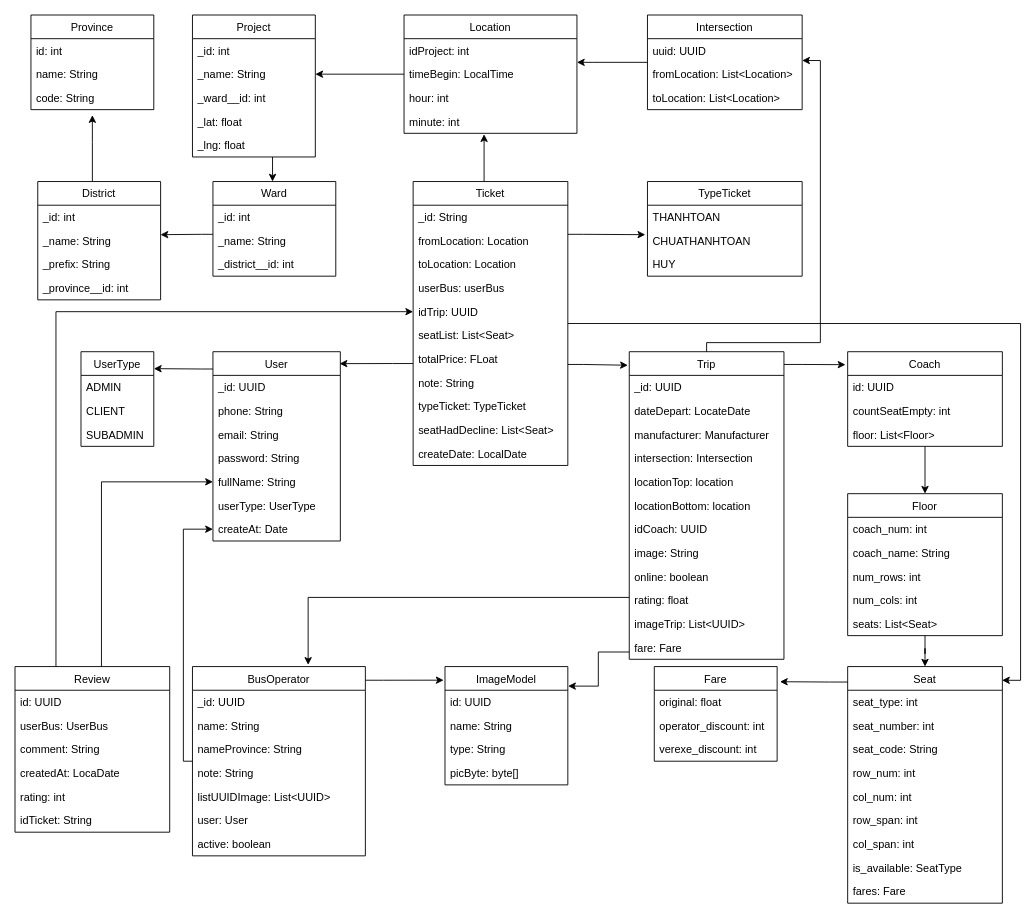
Earlier version of the draw.io diagram Untitled Diagram.drawio (quannguyen1999/manage-disks). Source tidied: cells renumbered, new cells numbered last; positions are measured from the earlier drawing's top-left corner, leaving out a move shared by most shapes. Both pictures are drawn from the tidied source at 91%, with x=0, y=0 at pixel (15, 15).
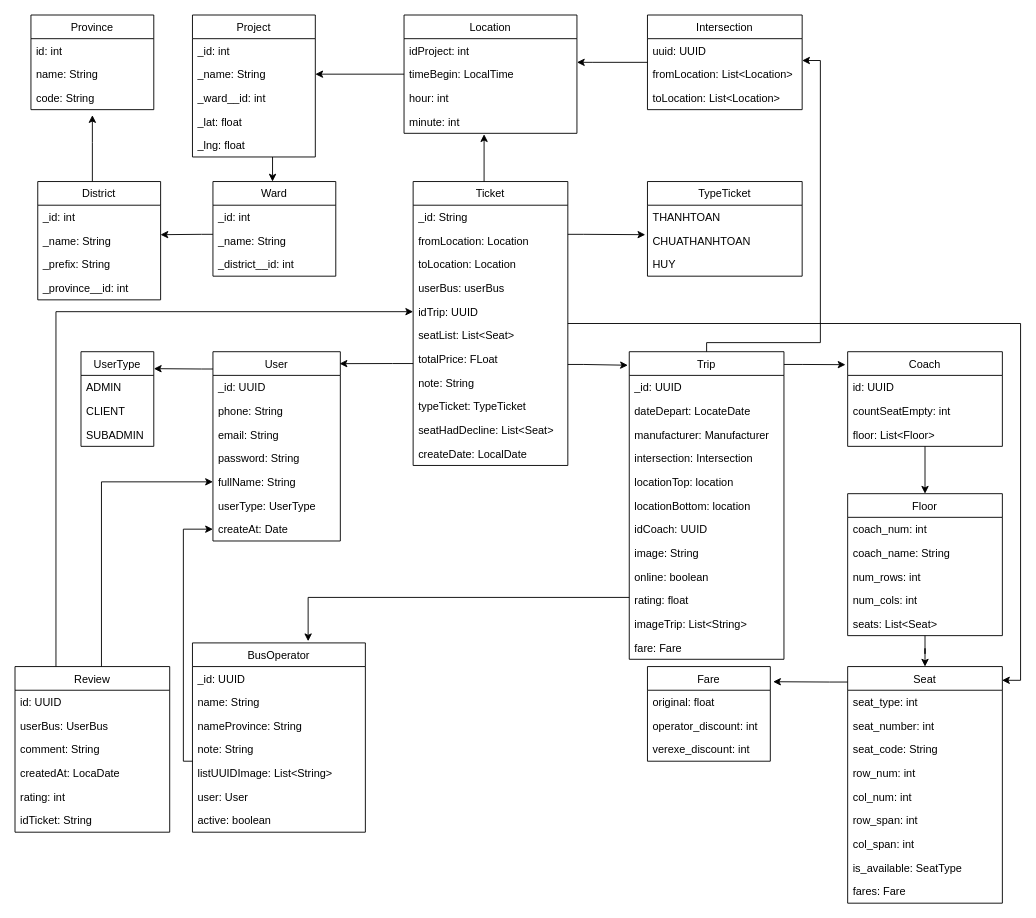
Above is the later version.

The change refers to these unchanged cells:
```xml
<mxCell id="85" value="Trip" style="swimlane;fontStyle=0;horizontal=1;startSize=26;fillColor=none;" parent="1" vertex="1">
  <mxGeometry x="675" y="370" width="170" height="338" as="geometry" />
</mxCell>
```

The edit, as a diff of the source:
```diff
@@
-    <mxCell id="37" value="ImageModel" style="swimlane;fontStyle=0;horizontal=1;startSize=26;fillColor=none;" parent="1" vertex="1">
-      <mxGeometry x="472.5" y="716" width="135" height="130" as="geometry" />
-    </mxCell>
-    <mxCell id="38" value="id: UUID" style="text;strokeColor=none;fillColor=none;align=left;verticalAlign=top;spacingLeft=4;spacingRight=4;overflow=hidden;" parent="37" vertex="1">
-      <mxGeometry y="26" width="135" height="26" as="geometry" />
-    </mxCell>
-    <mxCell id="39" value="name: String" style="text;strokeColor=none;fillColor=none;align=left;verticalAlign=top;spacingLeft=4;spacingRight=4;overflow=hidden;" parent="37" vertex="1">
-      <mxGeometry y="52" width="135" height="26" as="geometry" />
-    </mxCell>
-    <mxCell id="40" value="type: String" style="text;strokeColor=none;fillColor=none;align=left;verticalAlign=top;spacingLeft=4;spacingRight=4;overflow=hidden;" parent="37" vertex="1">
-      <mxGeometry y="78" width="135" height="26" as="geometry" />
-    </mxCell>
-    <mxCell id="41" value="picByte: byte[]" style="text;strokeColor=none;fillColor=none;align=left;verticalAlign=top;spacingLeft=4;spacingRight=4;overflow=hidden;" parent="37" vertex="1">
-      <mxGeometry y="104" width="135" height="26" as="geometry" />
-    </mxCell>
@@
-    <mxCell id="43" style="edgeStyle=orthogonalEdgeStyle;rounded=0;jettySize=auto;html=1;entryX=-0.011;entryY=0.115;entryDx=0;entryDy=0;entryPerimeter=0;" parent="1" edge="1" source="44" target="37">
-      <mxGeometry relative="1" as="geometry">
-        <Array as="points">
-          <mxPoint x="405" y="731" />
-          <mxPoint x="405" y="731" />
-        </Array>
-      </mxGeometry>
-    </mxCell>
     <mxCell id="44" value="BusOperator" style="swimlane;fontStyle=0;horizontal=1;startSize=26;fillColor=none;" parent="1" vertex="1">
-      <mxGeometry x="195" y="716" width="190" height="208" as="geometry" />
+      <mxGeometry x="195" y="690" width="190" height="208" as="geometry" />
     </mxCell>
@@
-    <mxCell id="49" value="listUUIDImage: List&lt;UUID&gt;" style="text;strokeColor=none;fillColor=none;align=left;verticalAlign=top;spacingLeft=4;spacingRight=4;overflow=hidden;" parent="44" vertex="1">
+    <mxCell id="49" value="listUUIDImage: List&lt;String&gt;" style="text;strokeColor=none;fillColor=none;align=left;verticalAlign=top;spacingLeft=4;spacingRight=4;overflow=hidden;" parent="44" vertex="1">
       <mxGeometry y="130" width="190" height="26" as="geometry" />
     </mxCell>
@@
-    <mxCell id="84" style="edgeStyle=orthogonalEdgeStyle;rounded=0;jettySize=auto;html=1;entryX=1.002;entryY=0.165;entryDx=0;entryDy=0;entryPerimeter=0;" parent="1" edge="1" source="85" target="37">
-      <mxGeometry relative="1" as="geometry">
-        <Array as="points">
-          <mxPoint x="760" y="700" />
-          <mxPoint x="641" y="700" />
-          <mxPoint x="641" y="738" />
-        </Array>
-      </mxGeometry>
-    </mxCell>
@@
-    <mxCell id="96" value="imageTrip: List&lt;UUID&gt;" style="text;strokeColor=none;fillColor=none;align=left;verticalAlign=top;spacingLeft=4;spacingRight=4;overflow=hidden;" parent="85" vertex="1">
+    <mxCell id="96" value="imageTrip: List&lt;String&gt;" style="text;strokeColor=none;fillColor=none;align=left;verticalAlign=top;spacingLeft=4;spacingRight=4;overflow=hidden;" parent="85" vertex="1">
       <mxGeometry y="286" width="170" height="26" as="geometry" />
     </mxCell>
@@
     <mxCell id="133" value="Fare" style="swimlane;fontStyle=0;horizontal=1;startSize=26;fillColor=none;" parent="1" vertex="1">
-      <mxGeometry x="702.5" y="716" width="135" height="104" as="geometry" />
+      <mxGeometry x="695" y="716" width="135" height="104" as="geometry" />
     </mxCell>
```
